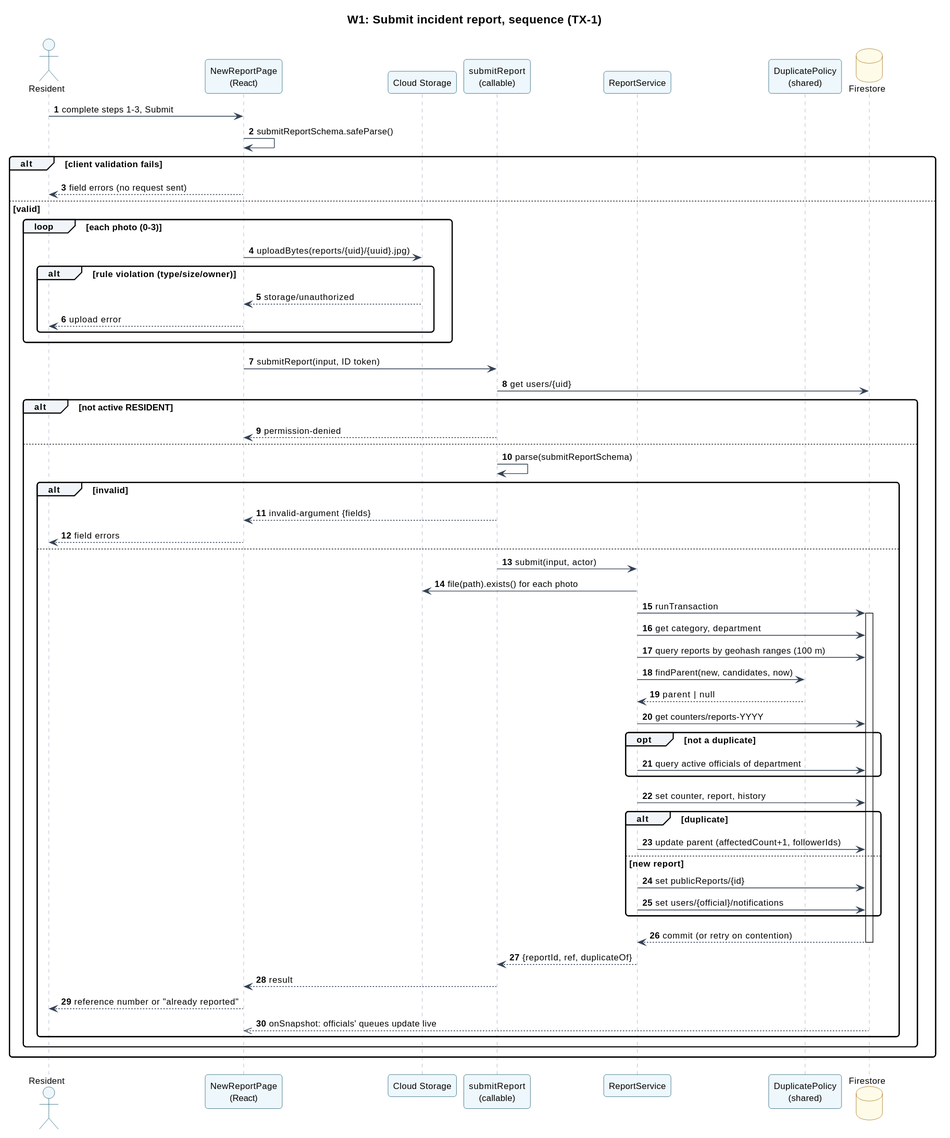
Above: docs/diagrams/sequence-w1.svg in altechemist/civiclink (PlantUML), before the change. The source it was exported from:
```plantuml
@startuml
!include _style.iuml
title W1: Submit incident report, sequence (TX-1)
autonumber

actor Resident
participant "NewReportPage\n(React)" as UI
participant "Cloud Storage" as ST
participant "submitReport\n(callable)" as API
participant "ReportService" as RS
participant "DuplicatePolicy\n(shared)" as DP
database "Firestore" as DB

Resident -> UI : complete steps 1-3, Submit
UI -> UI : submitReportSchema.safeParse()
alt client validation fails
  UI --> Resident : field errors (no request sent)
else valid
  loop each photo (0-3)
    UI -> ST : uploadBytes(reports/{uid}/{uuid}.jpg)
    alt rule violation (type/size/owner)
      ST --> UI : storage/unauthorized
      UI --> Resident : upload error
    end
  end
  UI -> API : submitReport(input, ID token)
  API -> DB : get users/{uid}
  alt not active RESIDENT
    API --> UI : permission-denied
  else
    API -> API : parse(submitReportSchema)
    alt invalid
      API --> UI : invalid-argument {fields}
      UI --> Resident : field errors
    else
      API -> RS : submit(input, actor)
      RS -> ST : file(path).exists() for each photo
      RS -> DB : runTransaction
      activate DB
      RS -> DB : get category, department
      RS -> DB : query reports by geohash ranges (100 m)
      RS -> DP : findParent(new, candidates, now)
      DP --> RS : parent | null
      RS -> DB : get counters/reports-YYYY
      opt not a duplicate
        RS -> DB : query active officials of department
      end
      RS -> DB : set counter, report, history
      alt duplicate
        RS -> DB : update parent (affectedCount+1, followerIds)
      else new report
        RS -> DB : set publicReports/{id}
        RS -> DB : set users/{official}/notifications
      end
      DB --> RS : commit (or retry on contention)
      deactivate DB
      RS --> API : {reportId, ref, duplicateOf}
      API --> UI : result
      UI --> Resident : reference number or "already reported"
      DB -->> UI : onSnapshot: officials' queues update live
    end
  end
end
@enduml
```
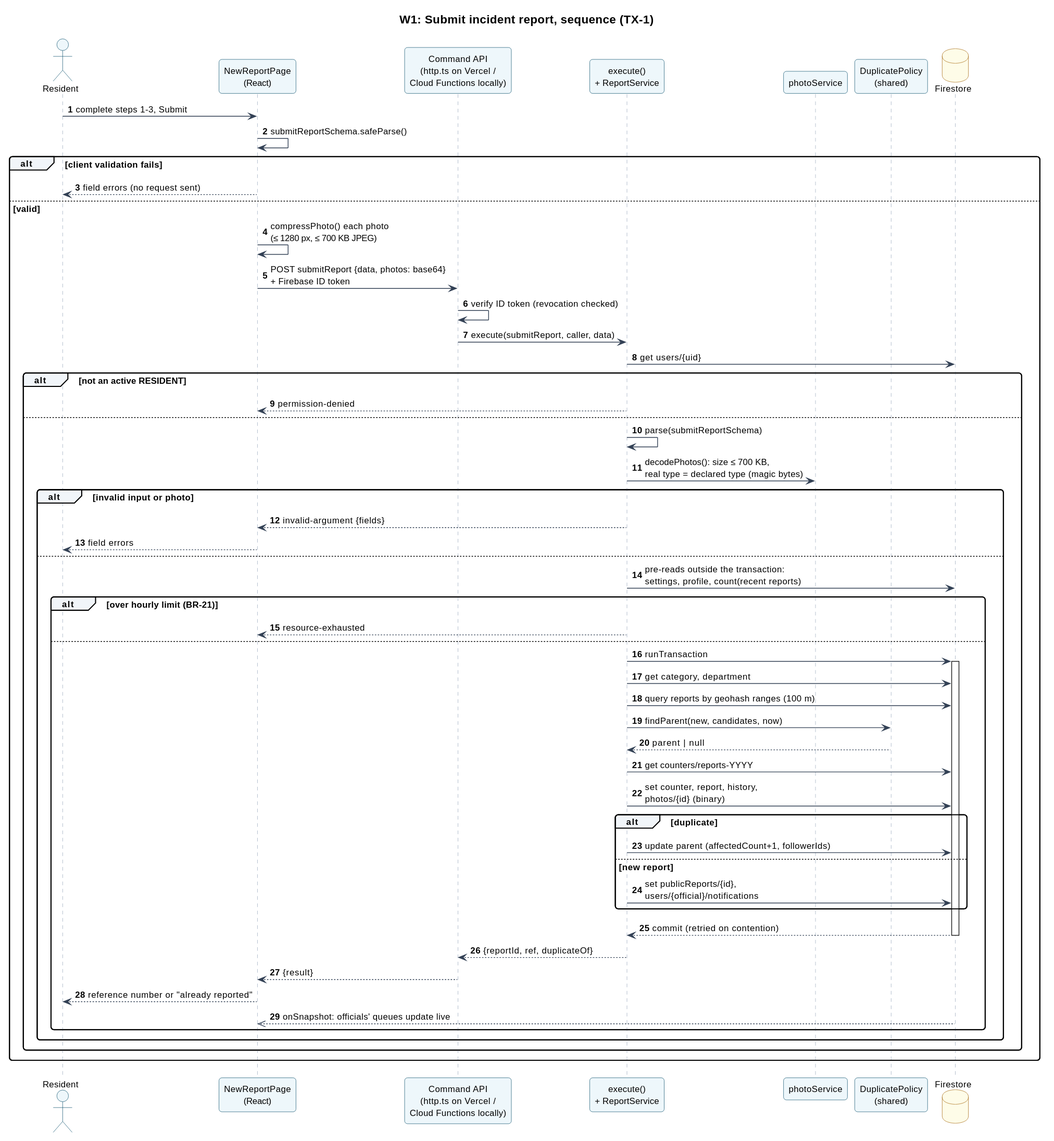
Later version of the same file.

Diff of the diagram source:
```diff
@@ -5,9 +5,9 @@
 
 actor Resident
 participant "NewReportPage\n(React)" as UI
-participant "Cloud Storage" as ST
-participant "submitReport\n(callable)" as API
-participant "ReportService" as RS
+participant "Command API\n(http.ts on Vercel /\nCloud Functions locally)" as API
+participant "execute()\n+ ReportService" as RS
+participant "photoService" as PS
 participant "DuplicatePolicy\n(shared)" as DP
 database "Firestore" as DB
 
@@ -16,48 +16,44 @@
 alt client validation fails
   UI --> Resident : field errors (no request sent)
 else valid
-  loop each photo (0-3)
-    UI -> ST : uploadBytes(reports/{uid}/{uuid}.jpg)
-    alt rule violation (type/size/owner)
-      ST --> UI : storage/unauthorized
-      UI --> Resident : upload error
-    end
-  end
-  UI -> API : submitReport(input, ID token)
-  API -> DB : get users/{uid}
-  alt not active RESIDENT
-    API --> UI : permission-denied
+  UI -> UI : compressPhoto() each photo\n(≤ 1280 px, ≤ 700 KB JPEG)
+  UI -> API : POST submitReport {data, photos: base64}\n+ Firebase ID token
+  API -> API : verify ID token (revocation checked)
+  API -> RS : execute(submitReport, caller, data)
+  RS -> DB : get users/{uid}
+  alt not an active RESIDENT
+    RS --> UI : permission-denied
   else
-    API -> API : parse(submitReportSchema)
-    alt invalid
-      API --> UI : invalid-argument {fields}
+    RS -> RS : parse(submitReportSchema)
+    RS -> PS : decodePhotos(): size ≤ 700 KB,\nreal type = declared type (magic bytes)
+    alt invalid input or photo
+      RS --> UI : invalid-argument {fields}
       UI --> Resident : field errors
     else
-      API -> RS : submit(input, actor)
-      RS -> ST : file(path).exists() for each photo
-      RS -> DB : runTransaction
-      activate DB
-      RS -> DB : get category, department
-      RS -> DB : query reports by geohash ranges (100 m)
-      RS -> DP : findParent(new, candidates, now)
-      DP --> RS : parent | null
-      RS -> DB : get counters/reports-YYYY
-      opt not a duplicate
-        RS -> DB : query active officials of department
+      RS -> DB : pre-reads outside the transaction:\nsettings, profile, count(recent reports)
+      alt over hourly limit (BR-21)
+        RS --> UI : resource-exhausted
+      else
+        RS -> DB : runTransaction
+        activate DB
+        RS -> DB : get category, department
+        RS -> DB : query reports by geohash ranges (100 m)
+        RS -> DP : findParent(new, candidates, now)
+        DP --> RS : parent | null
+        RS -> DB : get counters/reports-YYYY
+        RS -> DB : set counter, report, history,\nphotos/{id} (binary)
+        alt duplicate
+          RS -> DB : update parent (affectedCount+1, followerIds)
+        else new report
+          RS -> DB : set publicReports/{id},\nusers/{official}/notifications
+        end
+        DB --> RS : commit (retried on contention)
+        deactivate DB
+        RS --> API : {reportId, ref, duplicateOf}
+        API --> UI : {result}
+        UI --> Resident : reference number or "already reported"
+        DB -->> UI : onSnapshot: officials' queues update live
       end
-      RS -> DB : set counter, report, history
-      alt duplicate
-        RS -> DB : update parent (affectedCount+1, followerIds)
-      else new report
-        RS -> DB : set publicReports/{id}
-        RS -> DB : set users/{official}/notifications
-      end
-      DB --> RS : commit (or retry on contention)
-      deactivate DB
-      RS --> API : {reportId, ref, duplicateOf}
-      API --> UI : result
-      UI --> Resident : reference number or "already reported"
-      DB -->> UI : onSnapshot: officials' queues update live
     end
   end
 end
```
